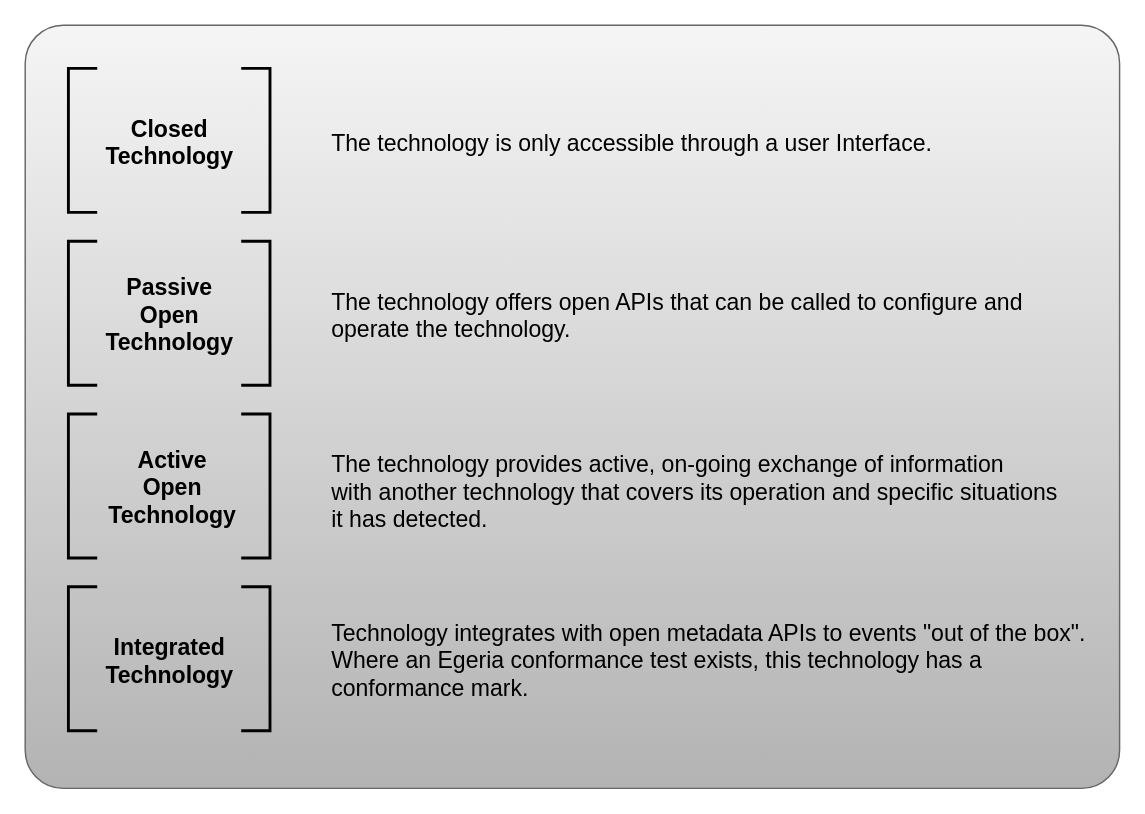
planetf1/egeria keeps this draw.io diagram as page "pattern-summaries" (10 of 25) of open-metadata-implementation/admin-services/docs/egeria-operations.drawio. Above is the earlier version. Source tidied: cells renumbered, new cells numbered last; positions are measured from the earlier drawing's top-left corner, leaving out a move shared by most shapes. Both pictures are drawn from the tidied source at 144%, with x=0, y=0 at pixel (24, 24).
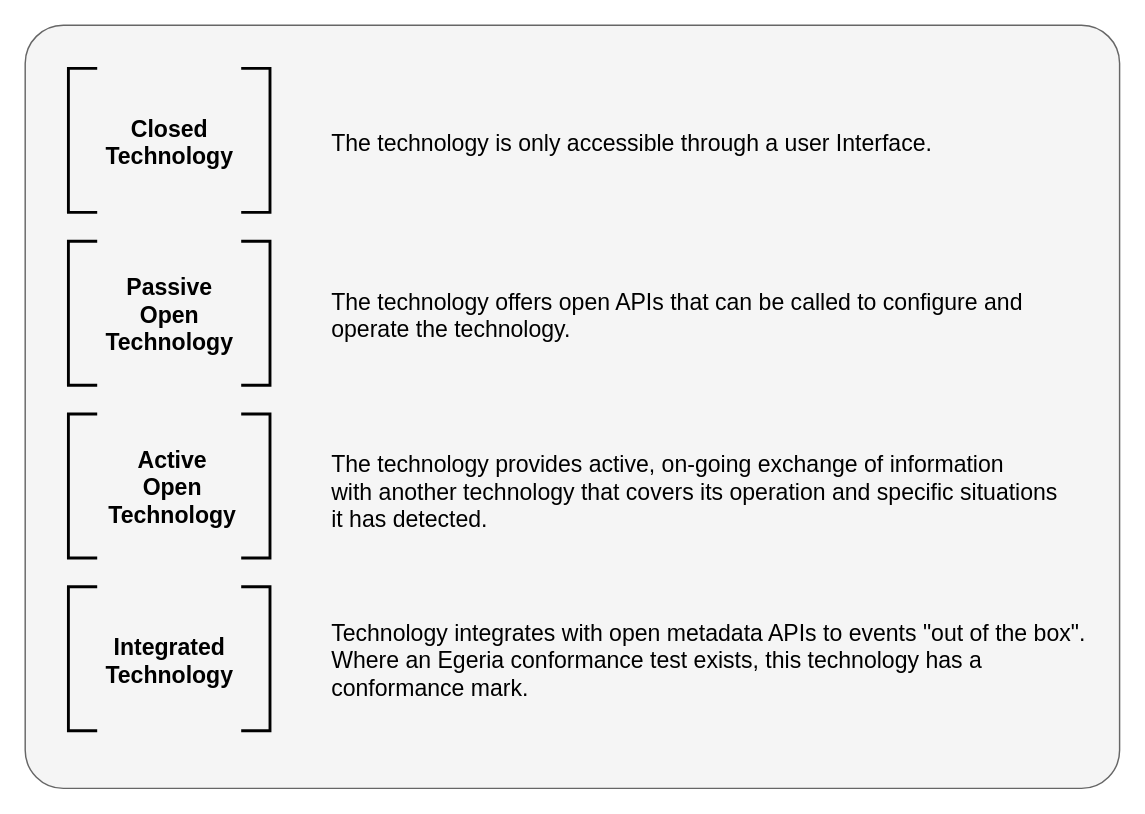
The same diagram, later.

Change to the diagram source:
```diff
@@
 <mxGraphModel>
   <root>
     <mxCell id="0" />
     <mxCell id="1" parent="0" />
-    <mxCell id="2" style="rounded=1;whiteSpace=wrap;html=1;arcSize=5;gradientColor=#b3b3b3;fillColor=#f5f5f5;strokeColor=#666666;" parent="1" vertex="1">
+    <mxCell id="2" style="rounded=1;whiteSpace=wrap;html=1;arcSize=5;fillColor=#f5f5f5;strokeColor=#666666;fontColor=#333333;" parent="1" vertex="1">
       <mxGeometry width="760" height="530" as="geometry" />
     </mxCell>
     <mxCell id="3" style="strokeWidth=2;html=1;shape=mxgraph.flowchart.annotation_1;align=left;" parent="1" vertex="1">
       <mxGeometry x="30" y="30" width="20" height="100" as="geometry" />
     </mxCell>
     <mxCell id="4" style="strokeWidth=2;html=1;shape=mxgraph.flowchart.annotation_1;align=left;flipH=1;" parent="1" vertex="1">
       <mxGeometry x="150" y="30" width="20" height="100" as="geometry" />
     </mxCell>
     <mxCell id="5" value="Closed&lt;br&gt;Technology&lt;br style=&quot;font-size: 16px&quot;&gt;" style="text;html=1;align=center;verticalAlign=top;spacingTop=-4;fontSize=16;fontStyle=1;" parent="1" vertex="1">
       <mxGeometry x="50" y="60" width="100" height="40" as="geometry" />
     </mxCell>
     <mxCell id="6" style="strokeWidth=2;html=1;shape=mxgraph.flowchart.annotation_1;align=left;" parent="1" vertex="1">
       <mxGeometry x="30" y="150" width="20" height="100" as="geometry" />
     </mxCell>
     <mxCell id="7" style="strokeWidth=2;html=1;shape=mxgraph.flowchart.annotation_1;align=left;flipH=1;" parent="1" vertex="1">
       <mxGeometry x="150" y="150" width="20" height="100" as="geometry" />
     </mxCell>
     <mxCell id="8" value="Passive&lt;br&gt;Open&lt;br style=&quot;font-size: 16px&quot;&gt;Technology&lt;br style=&quot;font-size: 16px&quot;&gt;" style="text;html=1;align=center;verticalAlign=top;spacingTop=-4;fontSize=16;fontStyle=1;" parent="1" vertex="1">
       <mxGeometry x="50" y="170" width="100" height="60" as="geometry" />
     </mxCell>
     <mxCell id="9" style="strokeWidth=2;html=1;shape=mxgraph.flowchart.annotation_1;align=left;" parent="1" vertex="1">
       <mxGeometry x="30" y="270" width="20" height="100" as="geometry" />
     </mxCell>
     <mxCell id="10" style="strokeWidth=2;html=1;shape=mxgraph.flowchart.annotation_1;align=left;flipH=1;" parent="1" vertex="1">
       <mxGeometry x="150" y="270" width="20" height="100" as="geometry" />
     </mxCell>
     <mxCell id="11" value="Active&lt;br&gt;Open&lt;br style=&quot;font-size: 16px&quot;&gt;Technology&lt;br style=&quot;font-size: 16px&quot;&gt;" style="text;html=1;align=center;verticalAlign=top;spacingTop=-4;fontSize=16;fontStyle=1;" parent="1" vertex="1">
       <mxGeometry x="52" y="290" width="100" height="60" as="geometry" />
     </mxCell>
     <mxCell id="12" style="strokeWidth=2;html=1;shape=mxgraph.flowchart.annotation_1;align=left;" parent="1" vertex="1">
       <mxGeometry x="30" y="390" width="20" height="100" as="geometry" />
     </mxCell>
     <mxCell id="13" style="strokeWidth=2;html=1;shape=mxgraph.flowchart.annotation_1;align=left;flipH=1;" parent="1" vertex="1">
       <mxGeometry x="150" y="390" width="20" height="100" as="geometry" />
     </mxCell>
     <mxCell id="14" value="Integrated&lt;br style=&quot;font-size: 16px&quot;&gt;Technology&lt;br style=&quot;font-size: 16px&quot;&gt;" style="text;html=1;align=center;verticalAlign=top;spacingTop=-4;fontSize=16;fontStyle=1;" parent="1" vertex="1">
       <mxGeometry x="50" y="420" width="100" height="40" as="geometry" />
     </mxCell>
     <mxCell id="15" value="Technology integrates with open metadata APIs to events &quot;out of the box&quot;.&lt;br&gt;Where an Egeria conformance test exists, this technology has a&lt;br&gt;conformance mark.&lt;br&gt;" style="text;html=1;align=left;verticalAlign=top;spacingTop=-4;fontSize=16;" parent="1" vertex="1">
       <mxGeometry x="211" y="410" width="540" height="60" as="geometry" />
     </mxCell>
     <mxCell id="16" value="The technology is only accessible through a user Interface.&lt;br&gt;" style="text;html=1;align=left;verticalAlign=top;spacingTop=-4;fontSize=16;" parent="1" vertex="1">
       <mxGeometry x="211" y="70" width="430" height="20" as="geometry" />
     </mxCell>
     <mxCell id="17" value="The technology offers open APIs that can be called to configure and&lt;br&gt;operate the technology." style="text;html=1;align=left;verticalAlign=top;spacingTop=-4;fontSize=16;" parent="1" vertex="1">
       <mxGeometry x="211" y="180" width="500" height="40" as="geometry" />
     </mxCell>
     <mxCell id="18" value="The technology provides active, on-going exchange of information&lt;br&gt;with another technology that covers its operation and specific situations&lt;br&gt;it has detected." style="text;html=1;align=left;verticalAlign=top;spacingTop=-4;fontSize=16;" parent="1" vertex="1">
       <mxGeometry x="211" y="293" width="520" height="60" as="geometry" />
     </mxCell>
   </root>
 </mxGraphModel>
```
